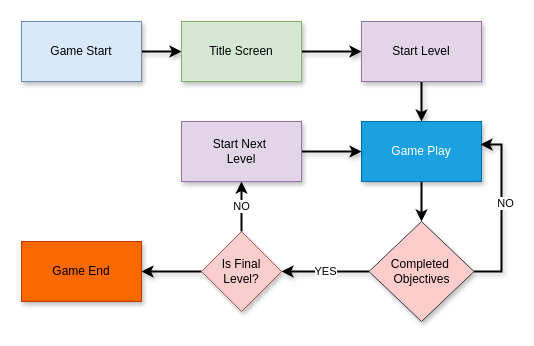
This is Untitled Diagram.drawio from gwynwhyvaar/skies-of-azurya, a draw.io file, before an edit. Source tidied: cells renumbered, new cells numbered last; positions are measured from the earlier drawing's top-left corner, leaving out a move shared by most shapes. Both pictures are drawn from the tidied source at 100%, with x=0, y=0 at pixel (21, 21).
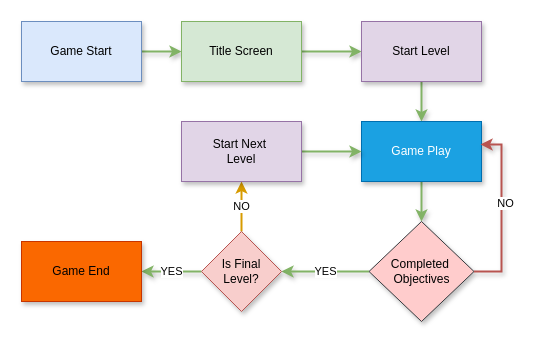
The same page after the edit.

The change refers to these unchanged cells:
```xml
<mxCell id="3" value="Game Start" style="rounded=0;whiteSpace=wrap;html=1;shadow=1;fillColor=#dae8fc;strokeColor=#6c8ebf;" parent="1" vertex="1">
  <mxGeometry width="120" height="60" as="geometry" />
</mxCell>
<mxCell id="5" value="Title Screen" style="rounded=0;whiteSpace=wrap;html=1;shadow=1;fillColor=#d5e8d4;strokeColor=#82b366;" parent="1" vertex="1">
  <mxGeometry x="160" width="120" height="60" as="geometry" />
</mxCell>
<mxCell id="7" value="Start Level" style="rounded=0;whiteSpace=wrap;html=1;shadow=1;fillColor=#e1d5e7;strokeColor=#9673a6;" parent="1" vertex="1">
  <mxGeometry x="340" width="120" height="60" as="geometry" />
</mxCell>
<mxCell id="9" value="Game Play" style="rounded=0;whiteSpace=wrap;html=1;shadow=1;fillColor=#1ba1e2;strokeColor=#006EAF;fontColor=#ffffff;" parent="1" vertex="1">
  <mxGeometry x="340" y="100" width="120" height="60" as="geometry" />
</mxCell>
<mxCell id="11" value="Completed&amp;nbsp;&lt;br&gt;Objectives" style="rhombus;whiteSpace=wrap;html=1;shadow=1;fillColor=#ffcccc;strokeColor=#36393d;" parent="1" vertex="1">
  <mxGeometry x="347.5" y="200" width="105" height="100" as="geometry" />
</mxCell>
<mxCell id="16" value="Is Final&lt;br&gt;Level?" style="rhombus;whiteSpace=wrap;html=1;shadow=1;fillColor=#f8cecc;strokeColor=#b85450;" parent="1" vertex="1">
  <mxGeometry x="180" y="210" width="80" height="80" as="geometry" />
</mxCell>
<mxCell id="18" value="Start Next&amp;nbsp;&lt;br&gt;Level" style="rounded=0;whiteSpace=wrap;html=1;shadow=1;fillColor=#e1d5e7;strokeColor=#9673a6;" parent="1" vertex="1">
  <mxGeometry x="160" y="100" width="120" height="60" as="geometry" />
</mxCell>
<mxCell id="19" value="Game End" style="rounded=0;whiteSpace=wrap;html=1;shadow=1;fillColor=#fa6800;fontColor=#000000;strokeColor=#C73500;" parent="1" vertex="1">
  <mxGeometry y="220" width="120" height="60" as="geometry" />
</mxCell>
```

Diff of the diagram source:
```diff
@@
-    <mxCell id="2" style="edgeStyle=orthogonalEdgeStyle;rounded=0;jettySize=auto;html=1;entryX=0;entryY=0.5;entryDx=0;entryDy=0;shadow=1;strokeWidth=2;" parent="1" edge="1" source="3" target="5">
+    <mxCell id="2" style="edgeStyle=orthogonalEdgeStyle;rounded=0;jettySize=auto;html=1;entryX=0;entryY=0.5;entryDx=0;entryDy=0;shadow=1;strokeWidth=2;fillColor=#d5e8d4;gradientColor=#97d077;strokeColor=#82b366;" parent="1" edge="1" source="3" target="5">
       <mxGeometry relative="1" as="geometry" />
     </mxCell>
@@
-    <mxCell id="4" style="edgeStyle=orthogonalEdgeStyle;rounded=0;jettySize=auto;html=1;entryX=0;entryY=0.5;entryDx=0;entryDy=0;shadow=1;strokeWidth=2;" parent="1" edge="1" source="5" target="7">
+    <mxCell id="4" style="edgeStyle=orthogonalEdgeStyle;rounded=0;jettySize=auto;html=1;entryX=0;entryY=0.5;entryDx=0;entryDy=0;shadow=1;strokeWidth=2;fillColor=#d5e8d4;gradientColor=#97d077;strokeColor=#82b366;" parent="1" edge="1" source="5" target="7">
       <mxGeometry relative="1" as="geometry" />
     </mxCell>
@@
-    <mxCell id="6" style="edgeStyle=orthogonalEdgeStyle;rounded=0;jettySize=auto;html=1;entryX=0.5;entryY=0;entryDx=0;entryDy=0;shadow=1;strokeWidth=2;" parent="1" edge="1" source="7" target="9">
+    <mxCell id="6" style="edgeStyle=orthogonalEdgeStyle;rounded=0;jettySize=auto;html=1;entryX=0.5;entryY=0;entryDx=0;entryDy=0;shadow=1;strokeWidth=2;fillColor=#d5e8d4;gradientColor=#97d077;strokeColor=#82b366;" parent="1" edge="1" source="7" target="9">
       <mxGeometry relative="1" as="geometry" />
     </mxCell>
@@
-    <mxCell id="8" style="edgeStyle=orthogonalEdgeStyle;rounded=0;jettySize=auto;html=1;entryX=0.5;entryY=0;entryDx=0;entryDy=0;strokeWidth=2;" parent="1" edge="1" source="9" target="11">
+    <mxCell id="8" style="edgeStyle=orthogonalEdgeStyle;rounded=0;jettySize=auto;html=1;entryX=0.5;entryY=0;entryDx=0;entryDy=0;strokeWidth=2;fillColor=#d5e8d4;gradientColor=#97d077;strokeColor=#82b366;shadow=1;" parent="1" edge="1" source="9" target="11">
       <mxGeometry relative="1" as="geometry" />
     </mxCell>
@@
-    <mxCell id="10" value="YES" style="edgeStyle=orthogonalEdgeStyle;rounded=0;jettySize=auto;html=1;entryX=1;entryY=0.5;entryDx=0;entryDy=0;shadow=1;strokeWidth=2;" parent="1" edge="1" source="11" target="16">
+    <mxCell id="10" value="YES" style="edgeStyle=orthogonalEdgeStyle;rounded=0;jettySize=auto;html=1;entryX=1;entryY=0.5;entryDx=0;entryDy=0;shadow=1;strokeWidth=2;fillColor=#d5e8d4;gradientColor=#97d077;strokeColor=#82b366;" parent="1" edge="1" source="11" target="16">
       <mxGeometry relative="1" as="geometry" />
     </mxCell>
@@
-    <mxCell id="12" style="edgeStyle=orthogonalEdgeStyle;rounded=0;jettySize=auto;html=1;entryX=0.992;entryY=0.383;entryDx=0;entryDy=0;entryPerimeter=0;shadow=1;strokeWidth=2;" parent="1" edge="1" source="11" target="9">
+    <mxCell id="12" style="edgeStyle=orthogonalEdgeStyle;rounded=0;jettySize=auto;html=1;entryX=0.992;entryY=0.383;entryDx=0;entryDy=0;entryPerimeter=0;shadow=1;strokeWidth=2;fillColor=#f8cecc;gradientColor=#ea6b66;strokeColor=#b85450;" parent="1" edge="1" source="11" target="9">
       <mxGeometry relative="1" as="geometry">
         <Array as="points">
           <mxPoint x="480" y="250" />
           <mxPoint x="480" y="123" />
         </Array>
       </mxGeometry>
     </mxCell>
@@
-    <mxCell id="14" value="NO" style="edgeStyle=orthogonalEdgeStyle;rounded=0;jettySize=auto;html=1;strokeWidth=2;" parent="1" edge="1" source="16" target="18">
+    <mxCell id="14" value="NO" style="edgeStyle=orthogonalEdgeStyle;rounded=0;jettySize=auto;html=1;strokeWidth=2;fillColor=#ffcd28;gradientColor=#ffa500;strokeColor=#d79b00;" parent="1" edge="1" source="16" target="18">
       <mxGeometry relative="1" as="geometry" />
     </mxCell>
-    <mxCell id="15" style="edgeStyle=orthogonalEdgeStyle;rounded=0;jettySize=auto;html=1;entryX=1;entryY=0.5;entryDx=0;entryDy=0;strokeWidth=2;shadow=1;" parent="1" edge="1" source="16" target="19">
+    <mxCell id="15" value="YES" style="edgeStyle=orthogonalEdgeStyle;rounded=0;jettySize=auto;html=1;entryX=1;entryY=0.5;entryDx=0;entryDy=0;strokeWidth=2;shadow=1;fillColor=#d5e8d4;gradientColor=#97d077;strokeColor=#82b366;" parent="1" edge="1" source="16" target="19">
       <mxGeometry relative="1" as="geometry" />
     </mxCell>
@@
-    <mxCell id="17" style="edgeStyle=orthogonalEdgeStyle;rounded=0;jettySize=auto;html=1;entryX=0;entryY=0.5;entryDx=0;entryDy=0;shadow=1;strokeWidth=2;" parent="1" edge="1" source="18" target="9">
+    <mxCell id="17" style="edgeStyle=orthogonalEdgeStyle;rounded=0;jettySize=auto;html=1;entryX=0;entryY=0.5;entryDx=0;entryDy=0;shadow=1;strokeWidth=2;fillColor=#d5e8d4;gradientColor=#97d077;strokeColor=#82b366;" parent="1" edge="1" source="18" target="9">
       <mxGeometry relative="1" as="geometry" />
     </mxCell>
```
